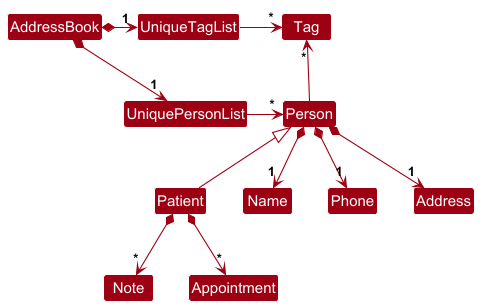
Before: docs/images/BetterModelClassDiagram.png, a diagram exported from PlantUML (fatbolster/tp).
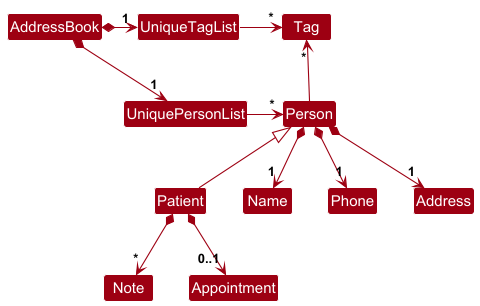
Later version of the same file.

Commit message:
Edit appointment multiplicity in DG

What changed in the source:
```diff
@@ -26,7 +26,7 @@
 Person *--> "1" Phone
 Person *--> "1" Address
 Patient *--> "*" Note
-Patient *--> "*" Appointment
+Patient *--> "0..1" Appointment
 
 
 @enduml
```
